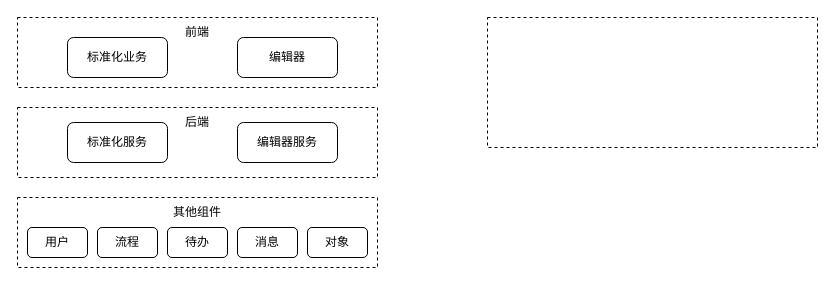
This is 设计相关/企业标准服务划分.drawio from DemonHan/KuickBuy, a draw.io file, before an edit. Source tidied: cells renumbered, new cells numbered last; positions are measured from the earlier drawing's top-left corner, leaving out a move shared by most shapes. Both pictures are drawn from the tidied source at 100%, with x=0, y=0 at pixel (17, 17).
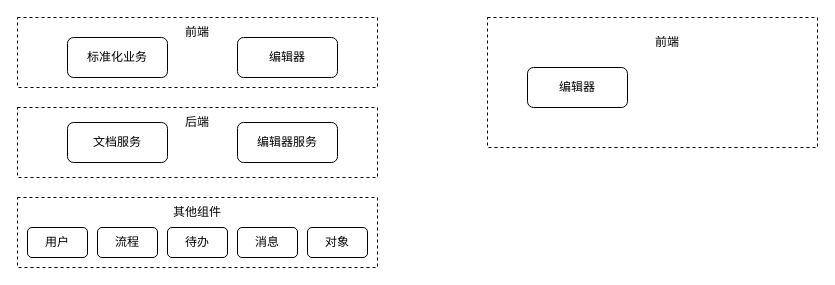
After the change.

Commit message:
更新企业标准服务划分.drawio

What changed in the source:
```diff
@@
 <mxGraphModel>
   <root>
     <mxCell id="0" />
     <mxCell id="1" parent="0" />
     <mxCell id="2" style="rounded=0;whiteSpace=wrap;html=1;dashed=1;" parent="1" vertex="1">
       <mxGeometry width="360" height="70" as="geometry" />
     </mxCell>
     <mxCell id="3" value="前端" style="text;html=1;align=center;verticalAlign=middle;whiteSpace=wrap;rounded=0;" parent="1" vertex="1">
       <mxGeometry x="150" width="60" height="30" as="geometry" />
     </mxCell>
     <mxCell id="4" value="标准化业务" style="rounded=1;whiteSpace=wrap;html=1;" parent="1" vertex="1">
       <mxGeometry x="50" y="20" width="100" height="40" as="geometry" />
     </mxCell>
     <mxCell id="5" value="编辑器" style="rounded=1;whiteSpace=wrap;html=1;" parent="1" vertex="1">
       <mxGeometry x="220" y="20" width="100" height="40" as="geometry" />
     </mxCell>
     <mxCell id="6" style="rounded=0;whiteSpace=wrap;html=1;dashed=1;" parent="1" vertex="1">
       <mxGeometry y="90" width="360" height="70" as="geometry" />
     </mxCell>
     <mxCell id="7" value="后端" style="text;html=1;align=center;verticalAlign=middle;whiteSpace=wrap;rounded=0;" parent="1" vertex="1">
       <mxGeometry x="150" y="90" width="60" height="30" as="geometry" />
     </mxCell>
-    <mxCell id="8" value="标准化服务" style="rounded=1;whiteSpace=wrap;html=1;" parent="1" vertex="1">
+    <mxCell id="8" value="文档服务" style="rounded=1;whiteSpace=wrap;html=1;" parent="1" vertex="1">
       <mxGeometry x="50" y="105" width="100" height="40" as="geometry" />
     </mxCell>
     <mxCell id="9" value="编辑器服务" style="rounded=1;whiteSpace=wrap;html=1;" parent="1" vertex="1">
       <mxGeometry x="220" y="105" width="100" height="40" as="geometry" />
     </mxCell>
     <mxCell id="10" style="rounded=0;whiteSpace=wrap;html=1;dashed=1;" parent="1" vertex="1">
       <mxGeometry y="180" width="360" height="70" as="geometry" />
     </mxCell>
     <mxCell id="11" value="其他组件" style="text;html=1;align=center;verticalAlign=middle;whiteSpace=wrap;rounded=0;" parent="1" vertex="1">
       <mxGeometry x="150" y="180" width="60" height="30" as="geometry" />
     </mxCell>
     <mxCell id="12" value="用户" style="rounded=1;whiteSpace=wrap;html=1;" parent="1" vertex="1">
       <mxGeometry x="10" y="210" width="60" height="30" as="geometry" />
     </mxCell>
     <mxCell id="13" value="流程" style="rounded=1;whiteSpace=wrap;html=1;" parent="1" vertex="1">
       <mxGeometry x="80" y="210" width="60" height="30" as="geometry" />
     </mxCell>
     <mxCell id="14" value="待办" style="rounded=1;whiteSpace=wrap;html=1;" parent="1" vertex="1">
       <mxGeometry x="150" y="210" width="60" height="30" as="geometry" />
     </mxCell>
     <mxCell id="15" value="消息" style="rounded=1;whiteSpace=wrap;html=1;" parent="1" vertex="1">
       <mxGeometry x="220" y="210" width="60" height="30" as="geometry" />
     </mxCell>
     <mxCell id="16" value="对象" style="rounded=1;whiteSpace=wrap;html=1;" parent="1" vertex="1">
       <mxGeometry x="290" y="210" width="60" height="30" as="geometry" />
     </mxCell>
     <mxCell id="17" style="rounded=0;whiteSpace=wrap;html=1;dashed=1;" parent="1" vertex="1">
       <mxGeometry x="470" width="330" height="130" as="geometry" />
     </mxCell>
+    <mxCell id="18" value="编辑器" style="rounded=1;whiteSpace=wrap;html=1;" parent="1" vertex="1">
+      <mxGeometry x="510" y="50" width="100" height="40" as="geometry" />
+    </mxCell>
+    <mxCell id="19" value="前端" style="text;html=1;align=center;verticalAlign=middle;whiteSpace=wrap;rounded=0;" parent="1" vertex="1">
+      <mxGeometry x="620" y="10" width="60" height="30" as="geometry" />
+    </mxCell>
   </root>
 </mxGraphModel>
```
